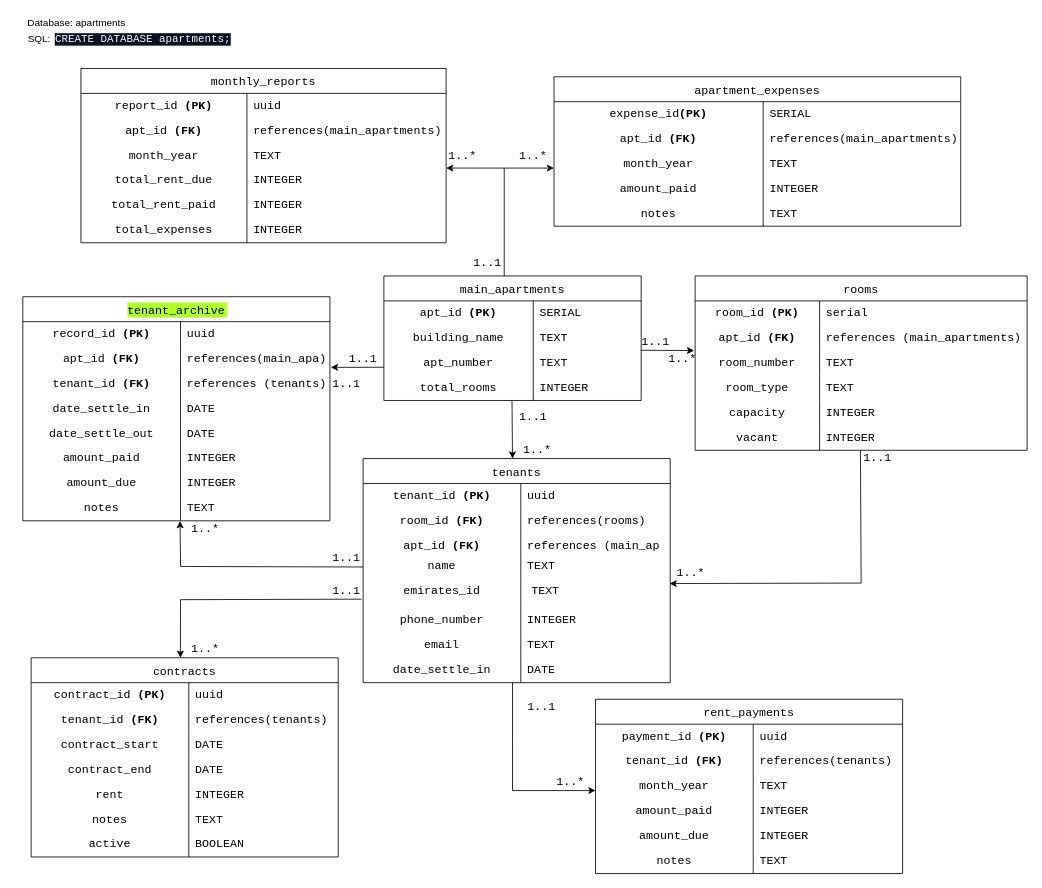
buudi/resysAPI keeps this draw.io diagram as page "suggested" (2 of 3) of v1/db/Documentation/Entities.drawio. Above is the earlier version. Source tidied: cells renumbered, new cells numbered last; positions are measured from the earlier drawing's top-left corner, leaving out a move shared by most shapes. Both pictures are drawn from the tidied source at 83%, with x=0, y=0 at pixel (14, 14).
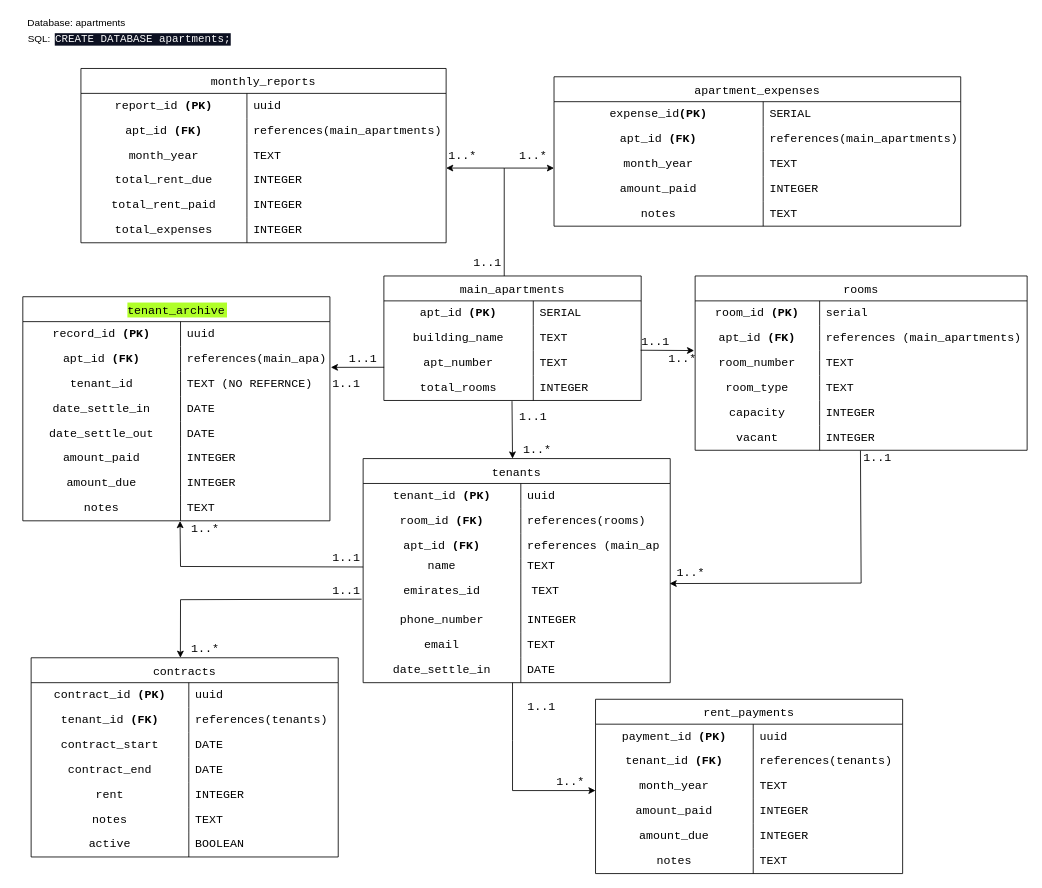
The same page after the edit.

Commit message (it also covers changes not shown here):
implemented move tenant to a different Room In the same apartment

The change refers to these unchanged cells:
```xml
<mxCell id="134" style="shape=tableRow;horizontal=0;startSize=0;swimlaneHead=0;swimlaneBody=0;top=0;left=0;bottom=0;right=0;fillColor=none;strokeColor=inherit;fontSize=16;fontFamily=Courier New;" parent="127" vertex="1">
  <mxGeometry y="90" width="370" height="30" as="geometry" />
</mxCell>
```

What changed in the source:
```diff
@@
-    <mxCell id="135" value="tenant_id &lt;b&gt;(FK)&lt;/b&gt;" style="shape=partialRectangle;html=1;whiteSpace=wrap;fillColor=none;top=0;left=0;bottom=0;right=0;overflow=hidden;strokeColor=inherit;fontSize=14;fontFamily=Courier New;" parent="134" vertex="1">
+    <mxCell id="135" value="tenant_id" style="shape=partialRectangle;html=1;whiteSpace=wrap;fillColor=none;top=0;left=0;bottom=0;right=0;overflow=hidden;strokeColor=inherit;fontSize=14;fontFamily=Courier New;" parent="134" vertex="1">
       <mxGeometry width="190" height="30" as="geometry" />
     </mxCell>
-    <mxCell id="136" value="references (tenants)" style="shape=partialRectangle;html=1;whiteSpace=wrap;fillColor=none;top=0;left=0;bottom=0;right=0;align=left;spacingLeft=6;overflow=hidden;strokeColor=inherit;fontSize=14;fontFamily=Courier New;" parent="134" vertex="1">
+    <mxCell id="136" value="TEXT (NO REFERNCE)" style="shape=partialRectangle;html=1;whiteSpace=wrap;fillColor=none;top=0;left=0;bottom=0;right=0;align=left;spacingLeft=6;overflow=hidden;strokeColor=inherit;fontSize=14;fontFamily=Courier New;" parent="134" vertex="1">
       <mxGeometry x="190" width="180" height="30" as="geometry" />
     </mxCell>
```
